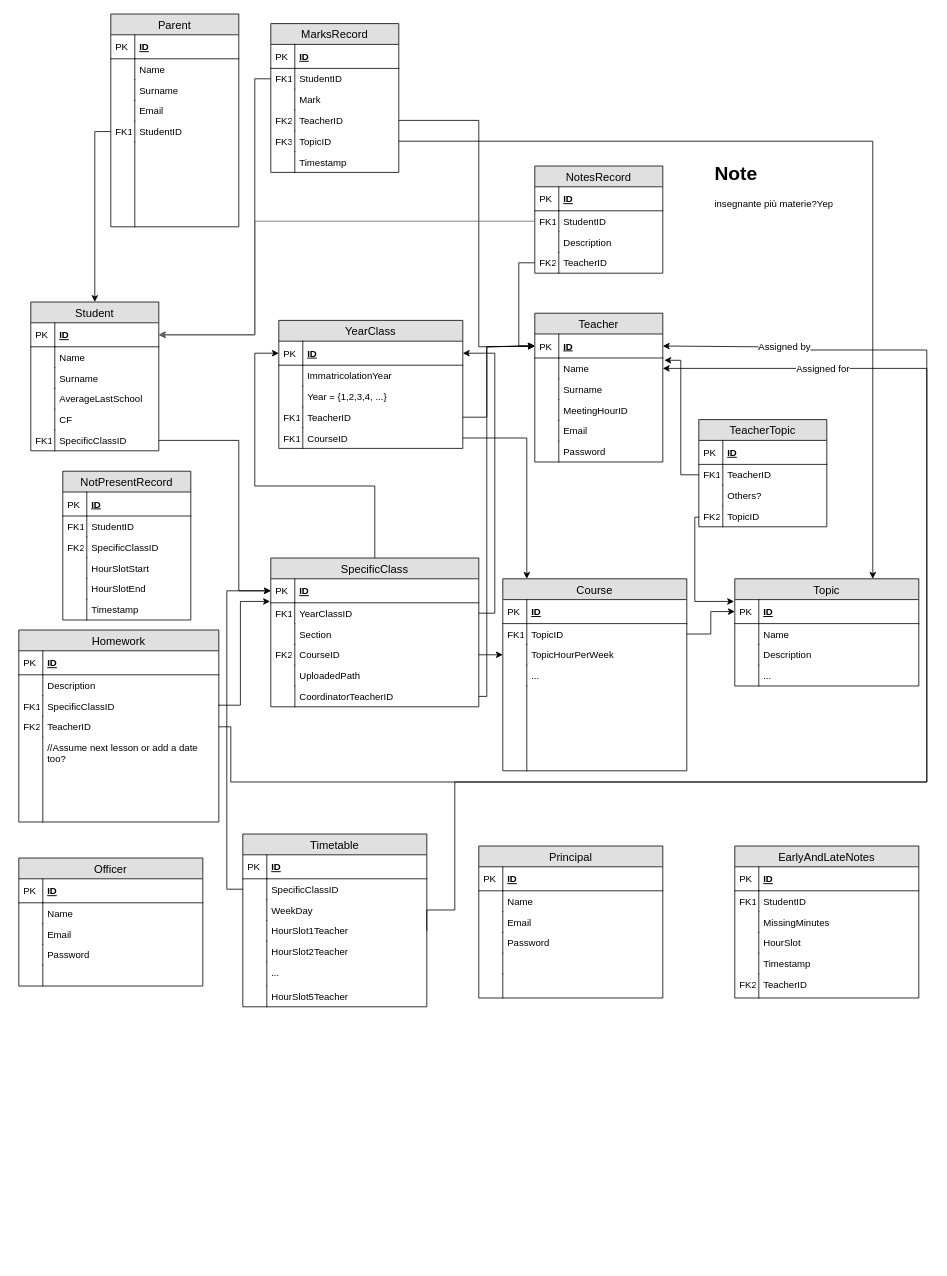
sordinho/Group-J---Digital-Student-Record keeps this draw.io diagram as Schema.drawio. Above is the earlier version. Source tidied: cells renumbered, new cells numbered last; positions are measured from the earlier drawing's top-left corner, leaving out a move shared by most shapes. Both pictures are drawn from the tidied source at 80%, with x=0, y=0 at pixel (18, 14).
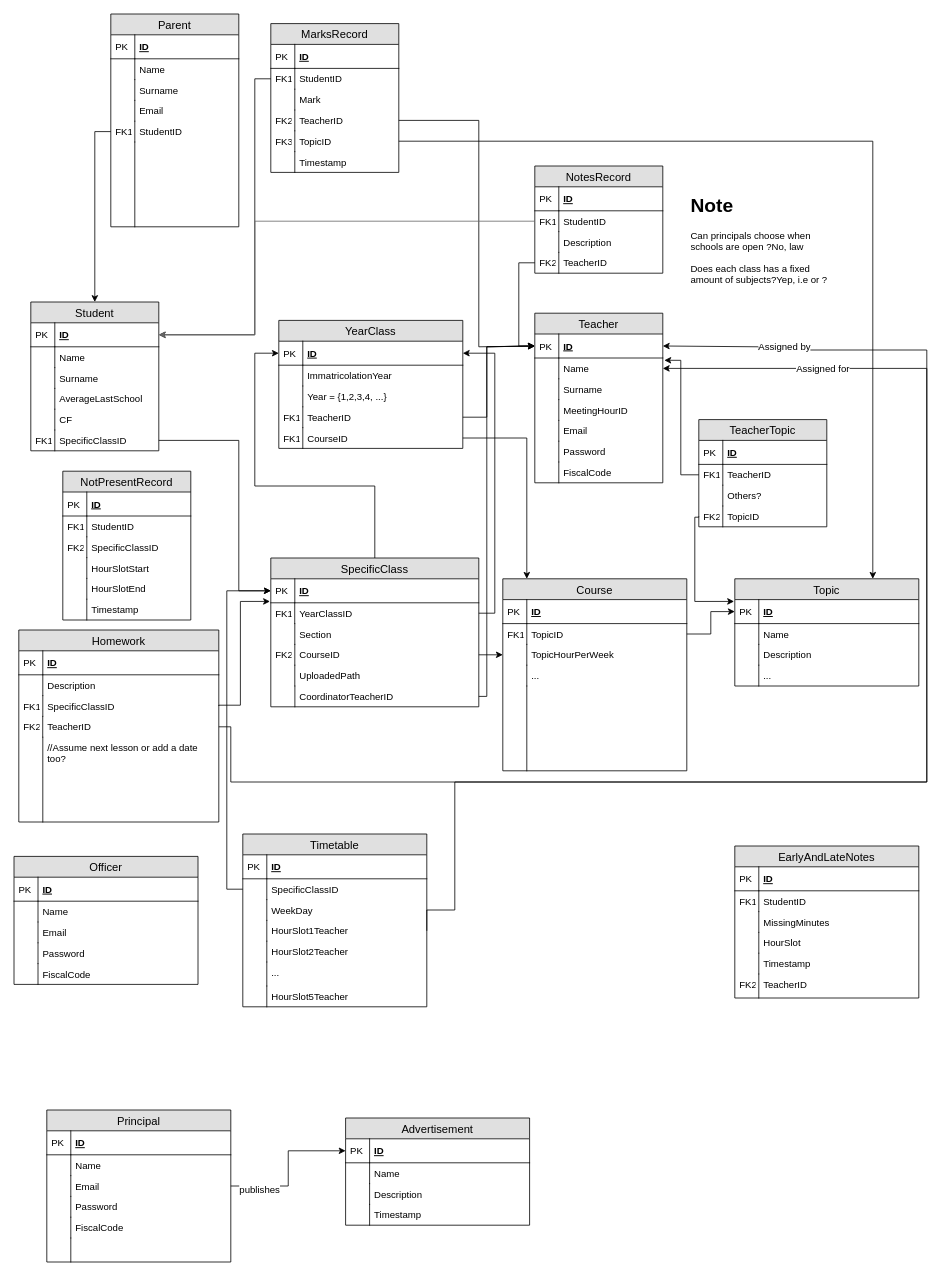
Above is the later version.

The change refers to these unchanged cells:
```xml
<mxCell id="115" value="Email" style="shape=partialRectangle;top=0;left=0;right=0;bottom=0;align=left;verticalAlign=top;fillColor=none;spacingLeft=34;spacingRight=4;overflow=hidden;points=[[0,0.5],[1,0.5]];portConstraint=eastwest;fontSize=12;" parent="110" vertex="1">
  <mxGeometry y="82" width="230" height="26" as="geometry" />
</mxCell>
```

Diff of the diagram source:
```diff
@@
     <mxCell id="15" value="Teacher" style="swimlane;fontStyle=0;horizontal=1;startSize=26;fillColor=#e0e0e0;swimlaneFillColor=#ffffff;align=center;fontSize=14;" parent="1" vertex="1">
-      <mxGeometry x="645" y="374" width="160" height="186" as="geometry" />
+      <mxGeometry x="645" y="374" width="160" height="212" as="geometry" />
     </mxCell>
@@
+    <mxCell id="215" value="FiscalCode" style="shape=partialRectangle;top=0;left=0;right=0;bottom=0;align=left;verticalAlign=top;fillColor=none;spacingLeft=34;spacingRight=4;overflow=hidden;fontSize=12;" parent="15" vertex="1">
+      <mxGeometry y="186" width="160" height="26" as="geometry" />
+    </mxCell>
+    <mxCell id="216" style="shape=partialRectangle;top=0;left=0;bottom=0;fillColor=none;align=left;verticalAlign=top;spacingLeft=4;spacingRight=4;overflow=hidden;fontSize=12;" parent="215" vertex="1">
+      <mxGeometry width="30" height="26" as="geometry" />
+    </mxCell>
@@
     <mxCell id="99" value="Officer" style="swimlane;fontStyle=0;horizontal=1;startSize=26;fillColor=#e0e0e0;swimlaneFillColor=#ffffff;align=center;fontSize=14;" parent="1" vertex="1">
-      <mxGeometry y="1055" width="230" height="160" as="geometry" />
+      <mxGeometry x="-6" y="1053" width="230" height="160" as="geometry" />
     </mxCell>
@@
-    <mxCell id="108" style="shape=partialRectangle;top=0;left=0;right=0;bottom=0;align=left;verticalAlign=top;fillColor=none;spacingLeft=34;spacingRight=4;overflow=hidden;fontSize=12;" parent="99" vertex="1">
+    <mxCell id="108" value="FiscalCode" style="shape=partialRectangle;top=0;left=0;right=0;bottom=0;align=left;verticalAlign=top;fillColor=none;spacingLeft=34;spacingRight=4;overflow=hidden;fontSize=12;" parent="99" vertex="1">
       <mxGeometry y="134" width="230" height="26" as="geometry" />
     </mxCell>
@@
     <mxCell id="110" value="Principal" style="swimlane;fontStyle=0;horizontal=1;startSize=26;fillColor=#e0e0e0;swimlaneFillColor=#ffffff;align=center;fontSize=14;" parent="1" vertex="1">
-      <mxGeometry x="575" y="1040" width="230" height="190" as="geometry" />
+      <mxGeometry x="35" y="1370" width="230" height="190" as="geometry" />
     </mxCell>
@@
-    <mxCell id="119" style="shape=partialRectangle;top=0;left=0;right=0;bottom=0;align=left;verticalAlign=top;fillColor=none;spacingLeft=34;spacingRight=4;overflow=hidden;fontSize=12;" parent="110" vertex="1">
+    <mxCell id="119" value="FiscalCode" style="shape=partialRectangle;top=0;left=0;right=0;bottom=0;align=left;verticalAlign=top;fillColor=none;spacingLeft=34;spacingRight=4;overflow=hidden;fontSize=12;" parent="110" vertex="1">
       <mxGeometry y="134" width="230" height="26" as="geometry" />
     </mxCell>
@@
-    <mxCell id="198" value="&lt;h1&gt;Note&lt;/h1&gt;&lt;p&gt;insegnante più materie?Yep&lt;/p&gt;" style="text;html=1;strokeColor=none;fillColor=none;spacing=5;spacingTop=-20;whiteSpace=wrap;overflow=hidden;rounded=0;" parent="1" vertex="1">
-      <mxGeometry x="865" y="180" width="190" height="120" as="geometry" />
+    <mxCell id="198" value="&lt;h1&gt;Note&lt;/h1&gt;&lt;p&gt;Can principals choose when schools are open ?No, law&lt;/p&gt;&lt;p&gt;Does each class has a fixed amount of subjects?Yep, i.e or ?&lt;/p&gt;" style="text;html=1;strokeColor=none;fillColor=none;spacing=5;spacingTop=-20;whiteSpace=wrap;overflow=hidden;rounded=0;" parent="1" vertex="1">
+      <mxGeometry x="835" y="220" width="190" height="120" as="geometry" />
     </mxCell>
@@
+    <mxCell id="217" value="Advertisement" style="swimlane;fontStyle=0;horizontal=1;startSize=26;fillColor=#e0e0e0;swimlaneFillColor=#ffffff;align=center;fontSize=14;" parent="1" vertex="1">
+      <mxGeometry x="408.5" y="1380" width="230" height="134" as="geometry" />
+    </mxCell>
+    <mxCell id="218" value="ID" style="shape=partialRectangle;top=0;left=0;right=0;bottom=1;align=left;verticalAlign=middle;fillColor=none;spacingLeft=34;spacingRight=4;overflow=hidden;points=[[0,0.5],[1,0.5]];portConstraint=eastwest;fontStyle=5;fontSize=12;" parent="217" vertex="1">
+      <mxGeometry y="26" width="230" height="30" as="geometry" />
+    </mxCell>
+    <mxCell id="219" value="PK" style="shape=partialRectangle;top=0;left=0;bottom=0;fillColor=none;align=left;verticalAlign=middle;spacingLeft=4;spacingRight=4;overflow=hidden;fontSize=12;" parent="218" vertex="1">
+      <mxGeometry width="30" height="30" as="geometry" />
+    </mxCell>
+    <mxCell id="220" value="Name" style="shape=partialRectangle;top=0;left=0;right=0;bottom=0;align=left;verticalAlign=top;fillColor=none;spacingLeft=34;spacingRight=4;overflow=hidden;fontSize=12;" parent="217" vertex="1">
+      <mxGeometry y="56" width="230" height="26" as="geometry" />
+    </mxCell>
+    <mxCell id="221" style="shape=partialRectangle;top=0;left=0;bottom=0;fillColor=none;align=left;verticalAlign=top;spacingLeft=4;spacingRight=4;overflow=hidden;fontSize=12;" parent="220" vertex="1">
+      <mxGeometry width="30" height="26" as="geometry" />
+    </mxCell>
+    <mxCell id="222" value="Description" style="shape=partialRectangle;top=0;left=0;right=0;bottom=0;align=left;verticalAlign=top;fillColor=none;spacingLeft=34;spacingRight=4;overflow=hidden;fontSize=12;" parent="217" vertex="1">
+      <mxGeometry y="82" width="230" height="26" as="geometry" />
+    </mxCell>
+    <mxCell id="223" style="shape=partialRectangle;top=0;left=0;bottom=0;fillColor=none;align=left;verticalAlign=top;spacingLeft=4;spacingRight=4;overflow=hidden;fontSize=12;" parent="222" vertex="1">
+      <mxGeometry width="30" height="26" as="geometry" />
+    </mxCell>
+    <mxCell id="224" value="Timestamp" style="shape=partialRectangle;top=0;left=0;right=0;bottom=0;align=left;verticalAlign=top;fillColor=none;spacingLeft=34;spacingRight=4;overflow=hidden;fontSize=12;" parent="217" vertex="1">
+      <mxGeometry y="108" width="230" height="26" as="geometry" />
+    </mxCell>
+    <mxCell id="225" style="shape=partialRectangle;top=0;left=0;bottom=0;fillColor=none;align=left;verticalAlign=top;spacingLeft=4;spacingRight=4;overflow=hidden;fontSize=12;" parent="224" vertex="1">
+      <mxGeometry width="30" height="26" as="geometry" />
+    </mxCell>
+    <mxCell id="226" style="edgeStyle=orthogonalEdgeStyle;rounded=0;jettySize=auto;html=1;exitX=1;exitY=0.5;exitDx=0;exitDy=0;entryX=0;entryY=0.5;entryDx=0;entryDy=0;" parent="1" edge="1" source="115" target="218">
+      <mxGeometry relative="1" as="geometry" />
+    </mxCell>
+    <mxCell id="227" value="publishes" style="text;html=1;align=center;verticalAlign=middle;labelBackgroundColor=#ffffff;" parent="226" vertex="1">
+      <mxGeometry x="-0.63" y="-4" relative="1" as="geometry" />
+    </mxCell>
```
